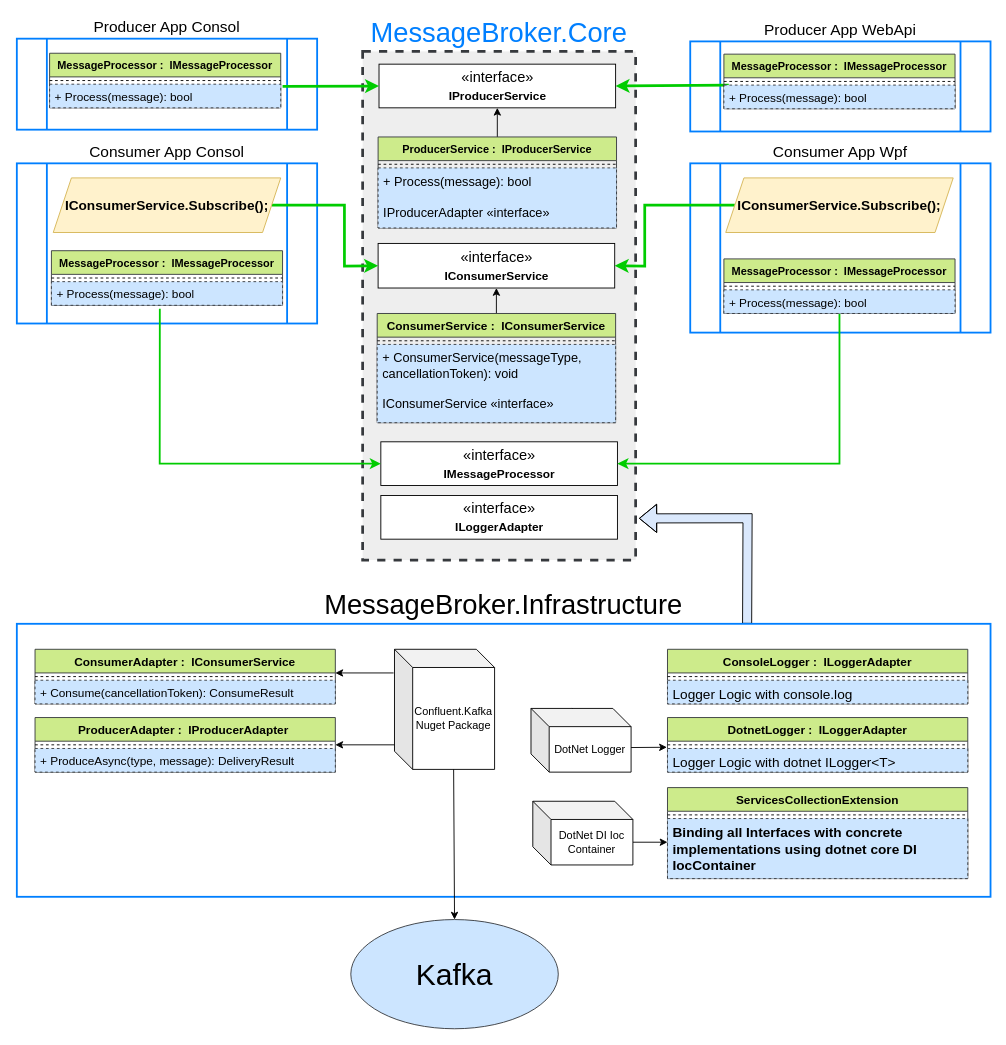
This is page "Clean Architecture" (2 of 2) of ConfluentKafkaDemo.drawio from David-Mordechai/ConfluentKafka, a draw.io file, before an edit. Source tidied: cells renumbered, new cells numbered last; positions are measured from the earlier drawing's top-left corner, leaving out a move shared by most shapes. Both pictures are drawn from the tidied source at 91%, with x=0, y=0 at pixel (16, 38).
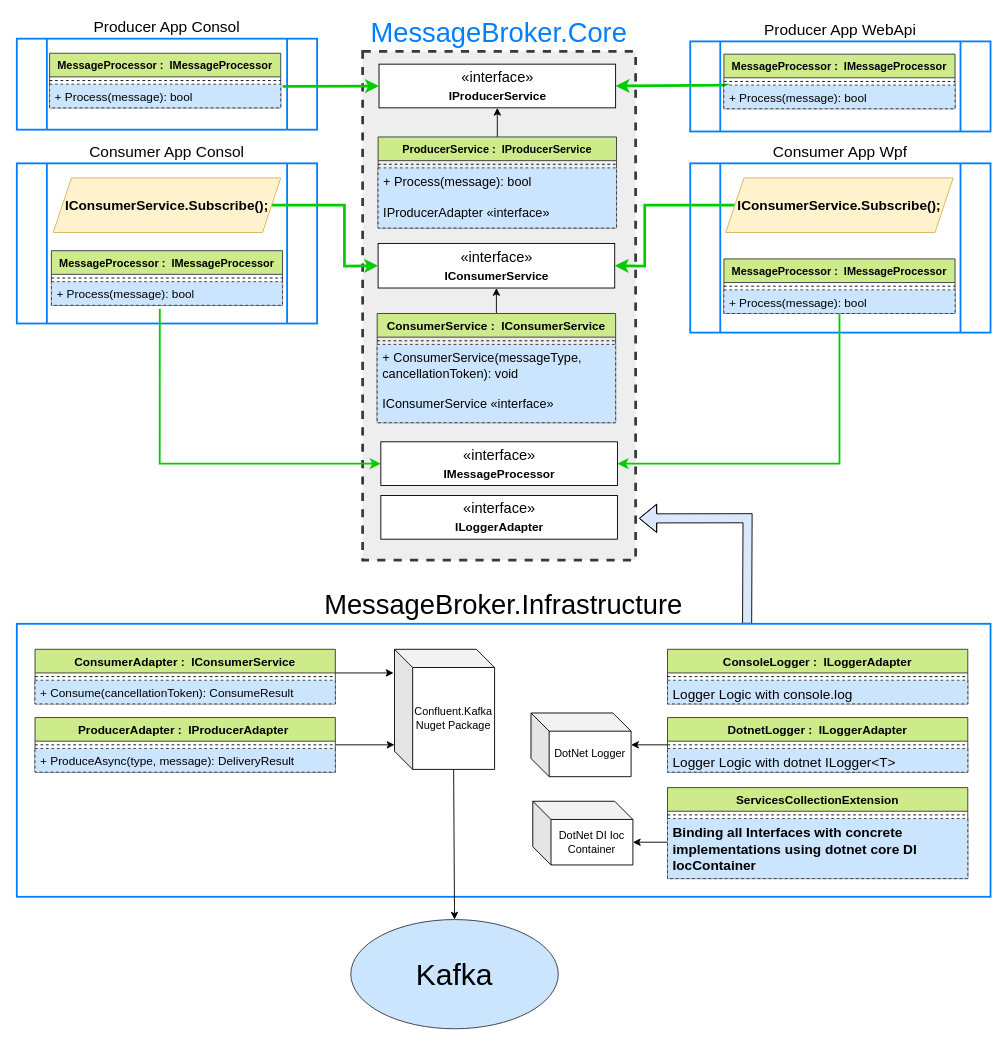
The same diagram, later.

The change refers to these unchanged cells:
```xml
<mxCell id="12" value="ProducerAdapter :  IProducerAdapter " style="swimlane;fontStyle=1;align=center;verticalAlign=top;horizontal=1;startSize=26;fontSize=13;strokeColor=#36393d;strokeWidth=1;fillColor=#cdeb8b;" parent="1" vertex="1">
  <mxGeometry x="20" y="746" width="330" height="60" as="geometry" />
</mxCell>
<mxCell id="19" value="DotNet DI Ioc Container" style="shape=cube;whiteSpace=wrap;html=1;boundedLbl=1;backgroundOutline=1;darkOpacity=0.05;darkOpacity2=0.1;" parent="1" vertex="1">
  <mxGeometry x="567" y="838" width="110" height="70" as="geometry" />
</mxCell>
<mxCell id="57" value="DotnetLogger :  ILoggerAdapter" style="swimlane;fontStyle=1;align=center;verticalAlign=top;horizontal=1;startSize=26;fontSize=13;strokeColor=#36393d;strokeWidth=1;fillColor=#cdeb8b;" parent="1" vertex="1">
  <mxGeometry x="715" y="746" width="330" height="60" as="geometry" />
</mxCell>
<mxCell id="59" value="Logger Logic with dotnet ILogger&lt;T&gt;" style="text;strokeColor=#36393d;fillColor=#cce5ff;align=left;verticalAlign=top;spacingLeft=4;spacingRight=4;overflow=hidden;points=[[0,0.5],[1,0.5]];portConstraint=eastwest;dashed=1;fontSize=15;" parent="57" vertex="1">
  <mxGeometry y="34" width="330" height="26" as="geometry" />
</mxCell>
```

The edit, as a diff of the source:
```diff
@@
     <mxCell id="4" style="rounded=0;orthogonalLoop=1;jettySize=auto;html=1;fontSize=13;fontColor=#000000;entryX=1;entryY=0.25;entryDx=0;entryDy=0;" parent="1" edge="1">
       <mxGeometry relative="1" as="geometry">
-        <mxPoint x="414" y="697" as="sourcePoint" />
-        <mxPoint x="350" y="697" as="targetPoint" />
+        <mxPoint x="350" y="697" as="sourcePoint" />
+        <mxPoint x="414" y="697" as="targetPoint" />
       </mxGeometry>
     </mxCell>
-    <mxCell id="5" style="edgeStyle=none;rounded=0;jettySize=auto;html=1;entryX=1;entryY=0.5;entryDx=0;entryDy=0;fontSize=15;fontColor=#000000;strokeColor=#000000;strokeWidth=1;" parent="1" edge="1" target="12">
+    <mxCell id="5" style="edgeStyle=none;rounded=0;jettySize=auto;html=1;entryX=1;entryY=0.5;entryDx=0;entryDy=0;fontSize=15;fontColor=#000000;strokeColor=#000000;strokeWidth=1;exitX=1;exitY=0.5;exitDx=0;exitDy=0;" parent="1" edge="1" source="12">
       <mxGeometry relative="1" as="geometry">
-        <mxPoint x="415" y="776" as="sourcePoint" />
+        <mxPoint x="415" y="776" as="targetPoint" />
       </mxGeometry>
     </mxCell>
@@
-    <mxCell id="18" style="edgeStyle=none;rounded=0;jettySize=auto;html=1;exitX=0;exitY=0;exitDx=110;exitDy=45;exitPerimeter=0;fontSize=13;fontColor=#000000;" parent="1" edge="1" source="19">
+    <mxCell id="18" style="edgeStyle=none;rounded=0;jettySize=auto;html=1;exitX=0;exitY=0;exitDx=110;exitDy=45;exitPerimeter=0;fontSize=13;fontColor=#000000;entryX=0;entryY=0;entryDx=110;entryDy=45;entryPerimeter=0;" parent="1" edge="1" target="19">
       <mxGeometry relative="1" as="geometry">
-        <mxPoint x="715" y="883" as="targetPoint" />
+        <mxPoint x="715" y="883" as="sourcePoint" />
       </mxGeometry>
     </mxCell>
@@
-    <mxCell id="20" style="edgeStyle=none;rounded=0;jettySize=auto;html=1;exitX=0;exitY=0;exitDx=45;exitDy=0;exitPerimeter=0;entryX=-0.002;entryY=-0.051;entryDx=0;entryDy=0;entryPerimeter=0;fontSize=13;fontColor=#000000;" parent="1" edge="1" source="21" target="59">
-      <mxGeometry relative="1" as="geometry">
-        <Array as="points">
-          <mxPoint x="670" y="779" />
-        </Array>
-      </mxGeometry>
-    </mxCell>
     <mxCell id="21" value="DotNet Logger" style="shape=cube;whiteSpace=wrap;html=1;boundedLbl=1;backgroundOutline=1;darkOpacity=0.05;darkOpacity2=0.1;" parent="1" vertex="1">
-      <mxGeometry x="565" y="736" width="110" height="70" as="geometry" />
+      <mxGeometry x="565" y="741" width="110" height="70" as="geometry" />
     </mxCell>
@@
+    <mxCell id="65" style="edgeStyle=orthogonalEdgeStyle;rounded=0;jettySize=auto;html=1;exitX=0;exitY=0.5;exitDx=0;exitDy=0;" parent="1" edge="1" source="57" target="21">
+      <mxGeometry relative="1" as="geometry" />
+    </mxCell>
```
